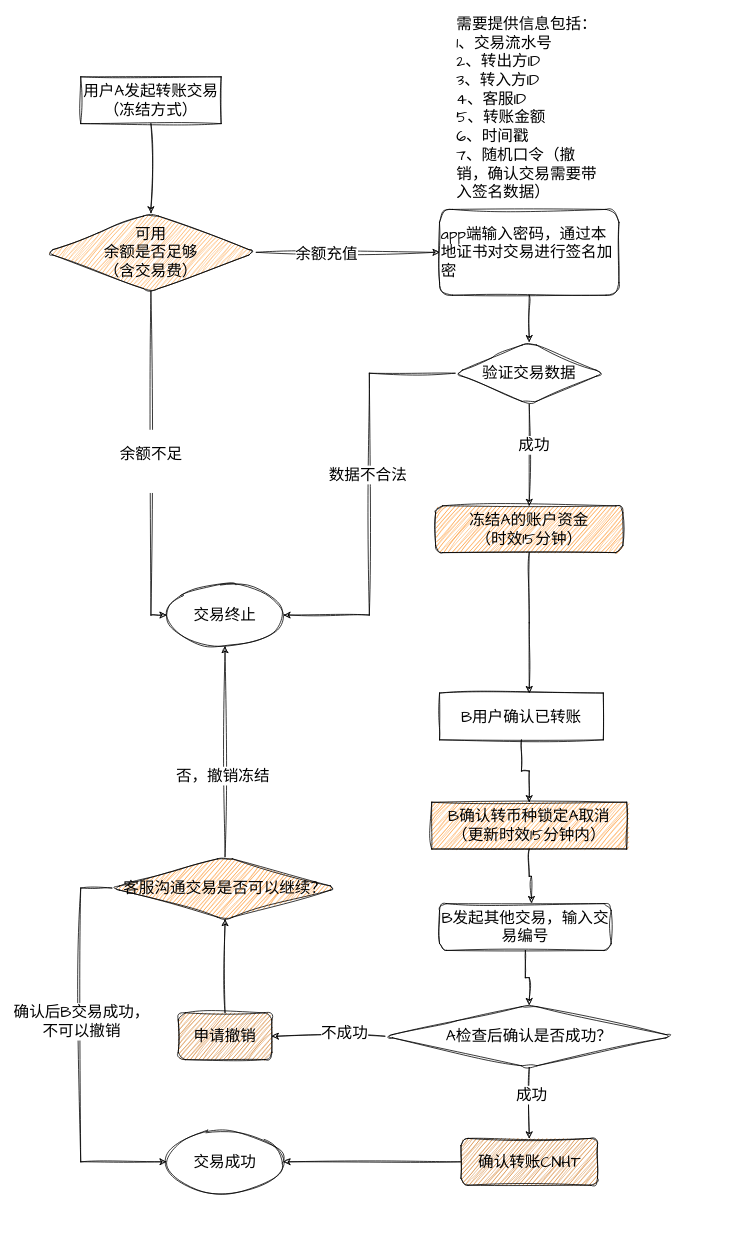
dovezat/drawio keeps this draw.io diagram as 冻结流程.drawio. Above is the earlier version. Source tidied: cells renumbered, new cells numbered last; positions are measured from the earlier drawing's top-left corner, leaving out a move shared by most shapes. Both pictures are drawn from the tidied source at 78%, with x=0, y=0 at pixel (45, 76).
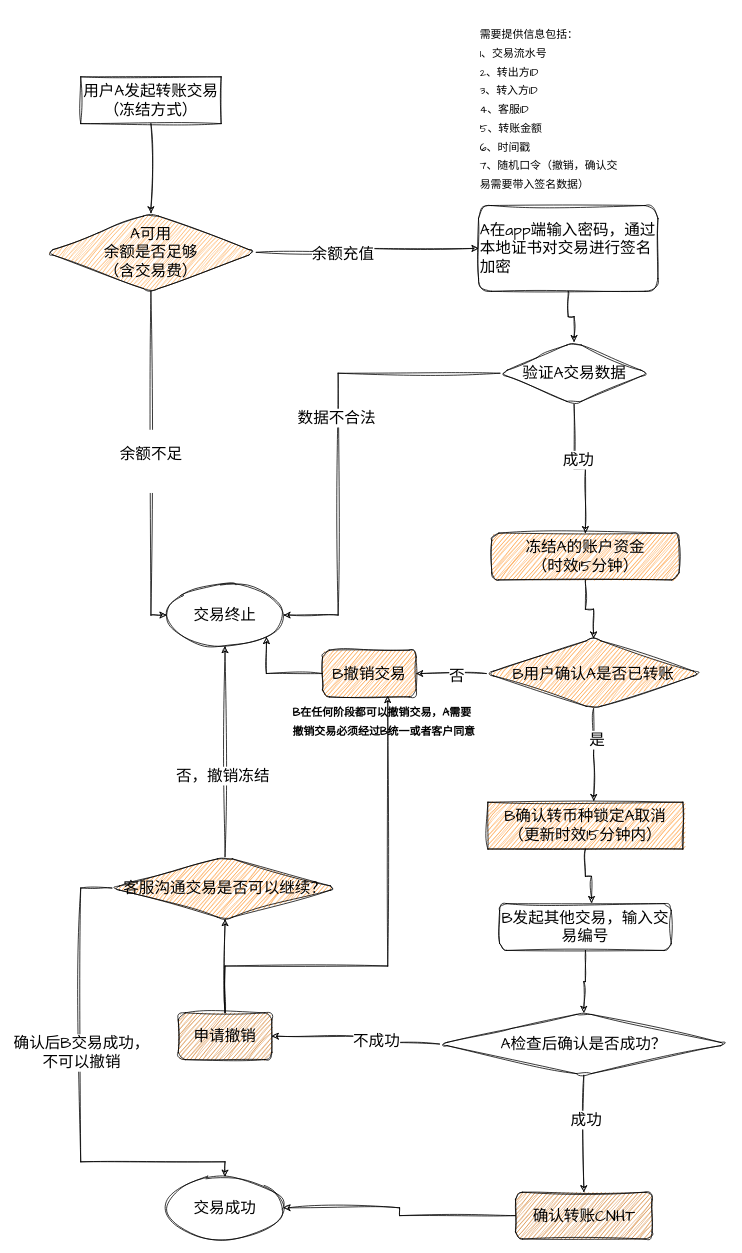
Above is the later version.

Commit message:
更新冻结流程.drawio

The change refers to these unchanged cells:
```xml
<mxCell id="8" value="交易终止" style="ellipse;whiteSpace=wrap;html=1;fontSize=20;fontFamily=Architects Daughter;rounded=1;glass=0;strokeWidth=1;shadow=0;sketch=1;hachureGap=4;jiggle=2;curveFitting=1;" parent="1" vertex="1">
  <mxGeometry x="155" y="650" width="150" height="80" as="geometry" />
</mxCell>
<mxCell id="34" value="申请撤销" style="whiteSpace=wrap;html=1;fontSize=20;fontFamily=Architects Daughter;rounded=1;sketch=1;hachureGap=4;jiggle=2;curveFitting=1;fillColor=#CC6600;" parent="1" vertex="1">
  <mxGeometry x="170" y="1200" width="120" height="60" as="geometry" />
</mxCell>
```

Diff of the diagram source:
```diff
@@
-    <mxCell id="3" value="app端输入密码，通过本地证书对交易进行签名加密" style="whiteSpace=wrap;html=1;rounded=1;glass=0;strokeWidth=1;shadow=0;sketch=1;hachureGap=4;jiggle=2;curveFitting=1;fontFamily=Architects Daughter;fontSize=20;align=left;" parent="1" vertex="1">
-      <mxGeometry x="505" y="170" width="230" height="110" as="geometry" />
+    <mxCell id="3" value="A在app端输入密码，通过本地证书对交易进行签名加密" style="whiteSpace=wrap;html=1;rounded=1;glass=0;strokeWidth=1;shadow=0;sketch=1;hachureGap=4;jiggle=2;curveFitting=1;fontFamily=Architects Daughter;fontSize=20;align=left;" parent="1" vertex="1">
+      <mxGeometry x="555" y="165" width="230" height="110" as="geometry" />
     </mxCell>
@@
-    <mxCell id="7" value="可用&lt;br&gt;余额是否足够&lt;br&gt;（含交易费）" style="rhombus;whiteSpace=wrap;html=1;fontSize=20;fontFamily=Architects Daughter;rounded=1;glass=0;strokeWidth=1;shadow=0;sketch=1;hachureGap=4;jiggle=2;curveFitting=1;fillColor=#FF9933;" parent="1" vertex="1">
+    <mxCell id="7" value="A可用&lt;br&gt;余额是否足够&lt;br&gt;（含交易费）" style="rhombus;whiteSpace=wrap;html=1;fontSize=20;fontFamily=Architects Daughter;rounded=1;glass=0;strokeWidth=1;shadow=0;sketch=1;hachureGap=4;jiggle=2;curveFitting=1;fillColor=#FF9933;" parent="1" vertex="1">
       <mxGeometry y="175" width="270" height="100" as="geometry" />
     </mxCell>
@@
-    <mxCell id="11" value="需要提供信息包括：&lt;br&gt;1、交易流水号&lt;br&gt;2、转出方ID&lt;br&gt;3、转入方ID&lt;br&gt;4、客服ID&lt;br&gt;5、转账金额&lt;br&gt;6、时间戳&lt;br&gt;7、随机口令（撤销，确认交易需要带入签名数据）" style="text;html=1;strokeColor=none;fillColor=none;align=left;verticalAlign=middle;whiteSpace=wrap;rounded=0;fontSize=20;fontFamily=Architects Daughter;" parent="1" vertex="1">
-      <mxGeometry x="525" y="20" width="190" height="40" as="geometry" />
+    <mxCell id="11" value="&lt;font style=&quot;font-size: 14px;&quot;&gt;需要提供信息包括：&lt;br&gt;1、交易流水号&lt;br&gt;2、转出方ID&lt;br&gt;3、转入方ID&lt;br&gt;4、客服ID&lt;br&gt;5、转账金额&lt;br&gt;6、时间戳&lt;br&gt;7、随机口令（撤销，确认交易需要带入签名数据）&lt;/font&gt;" style="text;html=1;strokeColor=none;fillColor=none;align=left;verticalAlign=middle;whiteSpace=wrap;rounded=0;fontSize=20;fontFamily=Architects Daughter;" parent="1" vertex="1">
+      <mxGeometry x="555" y="20" width="190" height="40" as="geometry" />
     </mxCell>
-    <mxCell id="12" style="edgeStyle=orthogonalEdgeStyle;rounded=0;sketch=1;hachureGap=4;jiggle=2;curveFitting=1;jettySize=auto;html=1;fontFamily=Architects Daughter;fontSize=16;" parent="1" edge="1" source="13">
-      <mxGeometry relative="1" as="geometry">
-        <mxPoint x="620" y="790" as="targetPoint" />
-      </mxGeometry>
-    </mxCell>
+    <mxCell id="40" style="edgeStyle=orthogonalEdgeStyle;rounded=0;sketch=1;hachureGap=4;jiggle=2;curveFitting=1;jettySize=auto;html=1;fontFamily=Architects Daughter;fontSize=16;" parent="1" edge="1" source="13" target="46">
+      <mxGeometry relative="1" as="geometry" />
+    </mxCell>
     <mxCell id="13" value="冻结A的账户资金&lt;br&gt;（时效15分钟）" style="whiteSpace=wrap;html=1;rounded=1;glass=0;strokeWidth=1;shadow=0;sketch=1;hachureGap=4;jiggle=2;curveFitting=1;fontFamily=Architects Daughter;fontSize=20;fillColor=#FF8000;" parent="1" vertex="1">
-      <mxGeometry x="500" y="550" width="240" height="60" as="geometry" />
+      <mxGeometry x="572" y="585" width="240" height="60" as="geometry" />
     </mxCell>
@@
     <mxCell id="16" style="edgeStyle=orthogonalEdgeStyle;rounded=0;sketch=1;hachureGap=4;jiggle=2;curveFitting=1;jettySize=auto;html=1;entryX=1;entryY=0.5;entryDx=0;entryDy=0;fontFamily=Architects Daughter;fontSize=16;" parent="1" edge="1" source="18" target="8">
-      <mxGeometry relative="1" as="geometry" />
+      <mxGeometry relative="1" as="geometry">
+        <Array as="points">
+          <mxPoint x="375" y="380" />
+          <mxPoint x="375" y="690" />
+        </Array>
+      </mxGeometry>
     </mxCell>
@@
-    <mxCell id="18" value="&lt;div style=&quot;&quot;&gt;&lt;span style=&quot;background-color: initial;&quot;&gt;验证交易数据&lt;/span&gt;&lt;/div&gt;" style="rhombus;whiteSpace=wrap;html=1;fontSize=20;fontFamily=Architects Daughter;align=center;rounded=1;glass=0;strokeWidth=1;shadow=0;sketch=1;hachureGap=4;jiggle=2;curveFitting=1;" parent="1" vertex="1">
-      <mxGeometry x="525" y="340" width="190" height="80" as="geometry" />
+    <mxCell id="18" value="&lt;div style=&quot;&quot;&gt;&lt;span style=&quot;background-color: initial;&quot;&gt;验证A交易数据&lt;/span&gt;&lt;/div&gt;" style="rhombus;whiteSpace=wrap;html=1;fontSize=20;fontFamily=Architects Daughter;align=center;rounded=1;glass=0;strokeWidth=1;shadow=0;sketch=1;hachureGap=4;jiggle=2;curveFitting=1;" parent="1" vertex="1">
+      <mxGeometry x="582.5" y="340" width="190" height="80" as="geometry" />
     </mxCell>
-    <mxCell id="19" style="edgeStyle=orthogonalEdgeStyle;rounded=0;sketch=1;hachureGap=4;jiggle=2;curveFitting=1;jettySize=auto;html=1;fontFamily=Architects Daughter;fontSize=16;" parent="1" edge="1" source="20" target="27">
-      <mxGeometry relative="1" as="geometry" />
-    </mxCell>
-    <mxCell id="20" value="B用户确认已转账&lt;br&gt;" style="rounded=0;whiteSpace=wrap;html=1;sketch=1;hachureGap=4;jiggle=2;curveFitting=1;fontFamily=Architects Daughter;fontSize=20;" parent="1" vertex="1">
-      <mxGeometry x="505" y="790" width="210" height="60" as="geometry" />
-    </mxCell>
@@
     <mxCell id="22" value="B发起其他交易，输入交易编号" style="rounded=1;whiteSpace=wrap;html=1;sketch=1;hachureGap=4;jiggle=2;curveFitting=1;fontFamily=Architects Daughter;fontSize=20;" parent="1" vertex="1">
-      <mxGeometry x="505" y="1060" width="220" height="60" as="geometry" />
+      <mxGeometry x="582" y="1060" width="220" height="60" as="geometry" />
     </mxCell>
@@
     <mxCell id="24" value="确认转账CNHT" style="whiteSpace=wrap;html=1;fontSize=20;fontFamily=Architects Daughter;rounded=1;sketch=1;hachureGap=4;jiggle=2;curveFitting=1;fillColor=#CC6600;" parent="1" vertex="1">
-      <mxGeometry x="532.5" y="1361" width="175" height="60" as="geometry" />
+      <mxGeometry x="602.5" y="1430" width="175" height="60" as="geometry" />
     </mxCell>
     <mxCell id="25" value="交易成功" style="ellipse;whiteSpace=wrap;html=1;fontSize=20;fontFamily=Architects Daughter;rounded=1;sketch=1;hachureGap=4;jiggle=2;curveFitting=1;" parent="1" vertex="1">
-      <mxGeometry x="155" y="1351" width="150" height="80" as="geometry" />
+      <mxGeometry x="155" y="1410" width="150" height="80" as="geometry" />
     </mxCell>
@@
     <mxCell id="27" value="B确认转币种锁定A取消&lt;br&gt;（更新时效15分钟内）" style="whiteSpace=wrap;html=1;fontSize=20;fontFamily=Architects Daughter;rounded=0;sketch=1;hachureGap=4;jiggle=2;curveFitting=1;fillColor=#FF8000;" parent="1" vertex="1">
-      <mxGeometry x="495" y="930" width="250" height="60" as="geometry" />
+      <mxGeometry x="567" y="930" width="250" height="60" as="geometry" />
     </mxCell>
@@
     <mxCell id="32" value="A检查后确认是否成功？" style="rhombus;whiteSpace=wrap;html=1;fontSize=20;fontFamily=Architects Daughter;rounded=1;sketch=1;hachureGap=4;jiggle=2;curveFitting=1;fillColor=none;" parent="1" vertex="1">
-      <mxGeometry x="435" y="1190" width="370" height="80" as="geometry" />
+      <mxGeometry x="505" y="1200" width="370" height="80" as="geometry" />
     </mxCell>
@@
+    <mxCell id="41" style="edgeStyle=orthogonalEdgeStyle;rounded=0;sketch=1;hachureGap=4;jiggle=2;curveFitting=1;jettySize=auto;html=1;entryX=0.697;entryY=0.984;entryDx=0;entryDy=0;entryPerimeter=0;fontFamily=Architects Daughter;fontSize=16;" parent="1" edge="1" source="34" target="48">
+      <mxGeometry relative="1" as="geometry">
+        <Array as="points">
+          <mxPoint x="230" y="1140" />
+          <mxPoint x="439" y="1140" />
+        </Array>
+      </mxGeometry>
+    </mxCell>
@@
+    <mxCell id="42" style="edgeStyle=orthogonalEdgeStyle;rounded=0;sketch=1;hachureGap=4;jiggle=2;curveFitting=1;jettySize=auto;html=1;fontFamily=Architects Daughter;fontSize=16;" parent="1" edge="1" source="46" target="48">
+      <mxGeometry relative="1" as="geometry" />
+    </mxCell>
+    <mxCell id="43" value="否" style="edgeLabel;html=1;align=center;verticalAlign=middle;fontSize=20;fontFamily=Architects Daughter;" parent="42" vertex="1">
+      <mxGeometry x="-0.13" y="2" relative="1" as="geometry" />
+    </mxCell>
+    <mxCell id="44" style="edgeStyle=orthogonalEdgeStyle;rounded=0;sketch=1;hachureGap=4;jiggle=2;curveFitting=1;jettySize=auto;html=1;entryX=0.543;entryY=-0.026;entryDx=0;entryDy=0;entryPerimeter=0;fontFamily=Architects Daughter;fontSize=16;" parent="1" edge="1" source="46" target="27">
+      <mxGeometry relative="1" as="geometry" />
+    </mxCell>
+    <mxCell id="45" value="是" style="edgeLabel;html=1;align=center;verticalAlign=middle;fontSize=20;fontFamily=Architects Daughter;" parent="44" vertex="1">
+      <mxGeometry x="-0.34" y="4" relative="1" as="geometry" />
+    </mxCell>
+    <mxCell id="46" value="B用户确认A是否已转账" style="rhombus;whiteSpace=wrap;html=1;fontSize=20;fontFamily=Architects Daughter;fillColor=#FF8000;rounded=1;glass=0;strokeWidth=1;shadow=0;sketch=1;hachureGap=4;jiggle=2;curveFitting=1;" parent="1" vertex="1">
+      <mxGeometry x="565" y="720" width="275" height="90" as="geometry" />
+    </mxCell>
+    <mxCell id="47" style="edgeStyle=orthogonalEdgeStyle;rounded=0;sketch=1;hachureGap=4;jiggle=2;curveFitting=1;jettySize=auto;html=1;entryX=1;entryY=1;entryDx=0;entryDy=0;fontFamily=Architects Daughter;fontSize=16;" parent="1" edge="1" source="48" target="8">
+      <mxGeometry relative="1" as="geometry" />
+    </mxCell>
+    <mxCell id="48" value="B撤销交易" style="whiteSpace=wrap;html=1;fontSize=20;fontFamily=Architects Daughter;fillColor=#FF8000;rounded=1;glass=0;strokeWidth=1;shadow=0;sketch=1;hachureGap=4;jiggle=2;curveFitting=1;" parent="1" vertex="1">
+      <mxGeometry x="355" y="735" width="120" height="60" as="geometry" />
+    </mxCell>
+    <mxCell id="49" value="&lt;b&gt;&lt;font style=&quot;font-size: 14px;&quot;&gt;B在任何阶段都可以撤销交易，A需要撤销交易必须经过B统一或者客户同意&lt;/font&gt;&lt;/b&gt;" style="text;html=1;strokeColor=none;fillColor=none;align=left;verticalAlign=middle;whiteSpace=wrap;rounded=0;fontSize=20;fontFamily=Architects Daughter;" parent="1" vertex="1">
+      <mxGeometry x="315" y="810" width="240" height="30" as="geometry" />
+    </mxCell>
```
